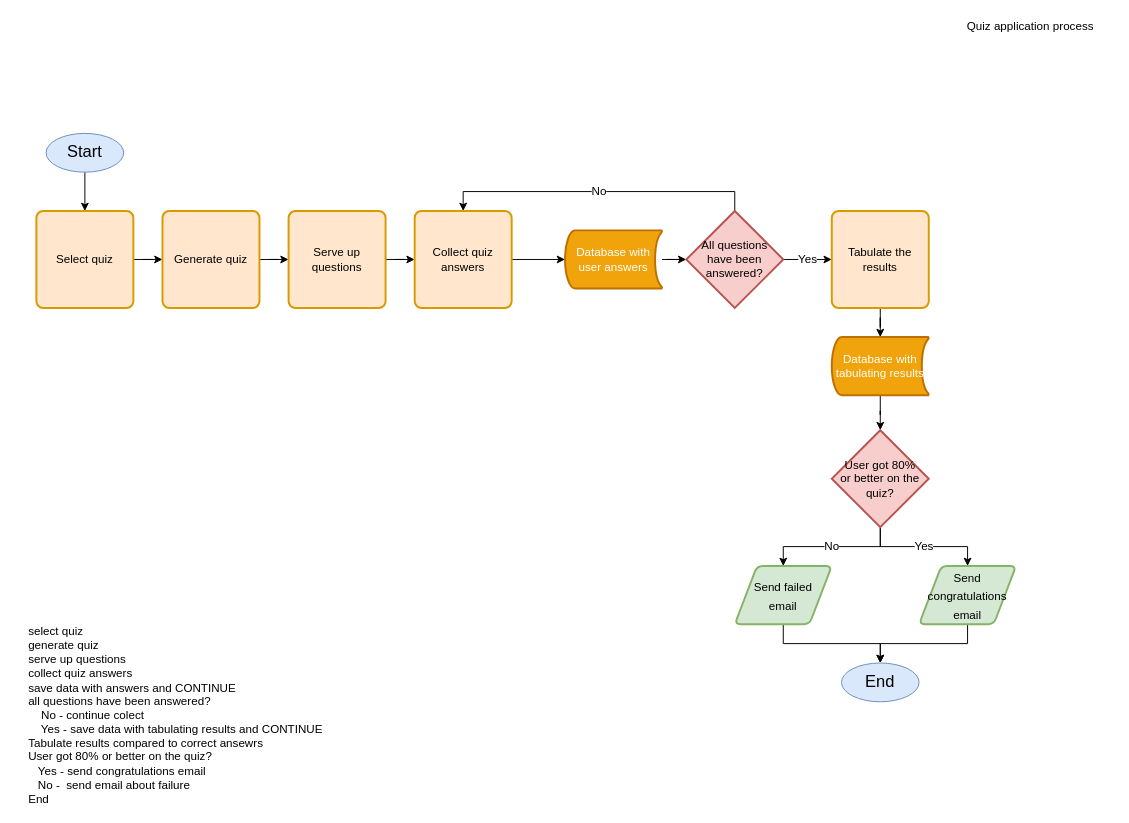
This is page "quiz app assignment" (7 of 8) of Untitled Diagram.drawio from lil971/FirstRepository, a draw.io file, before an edit. Source tidied: cells renumbered, new cells numbered last; positions are measured from the earlier drawing's top-left corner, leaving out a move shared by most shapes. Both pictures are drawn from the tidied source at 97%, with x=0, y=0 at pixel (26, 16).
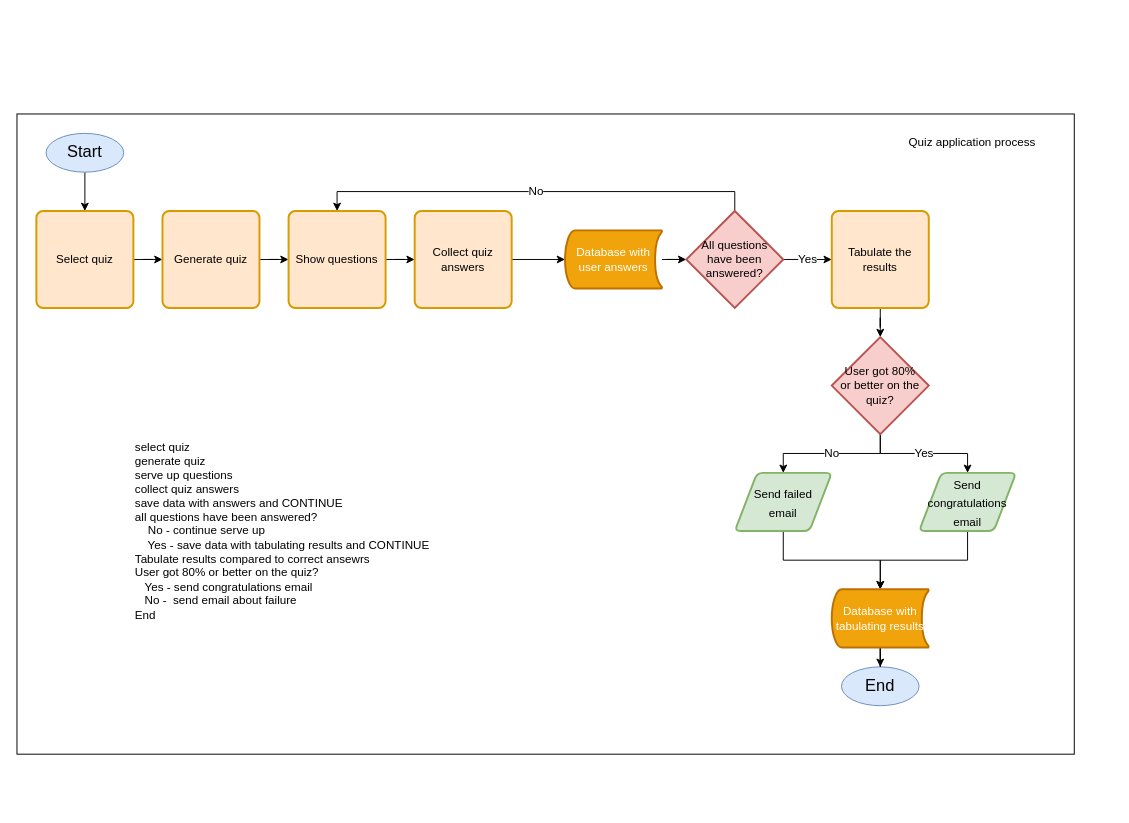
The same page after the edit.

The change refers to these unchanged cells:
```xml
<mxCell id="14" value="&lt;span style=&quot;text-align: left&quot;&gt;Collect quiz answers&lt;/span&gt;" style="rounded=1;whiteSpace=wrap;html=1;absoluteArcSize=1;arcSize=14;strokeWidth=2;fillColor=#ffe6cc;strokeColor=#d79b00;fontSize=12;" parent="1" vertex="1">
  <mxGeometry x="400" y="200" width="100" height="100" as="geometry" />
</mxCell>
<mxCell id="19" value="&lt;span style=&quot;text-align: left&quot;&gt;All questions&lt;br&gt;have been answered?&lt;/span&gt;" style="strokeWidth=2;html=1;shape=mxgraph.flowchart.decision;whiteSpace=wrap;fillColor=#f8cecc;strokeColor=#b85450;fontSize=12;" parent="1" vertex="1">
  <mxGeometry x="680" y="200" width="100" height="100" as="geometry" />
</mxCell>
<mxCell id="21" value="&lt;div style=&quot;&quot;&gt;&lt;span&gt;Tabulate the results&lt;/span&gt;&lt;/div&gt;" style="rounded=1;whiteSpace=wrap;html=1;absoluteArcSize=1;arcSize=14;strokeWidth=2;fillColor=#ffe6cc;strokeColor=#d79b00;fontSize=12;align=center;" parent="1" vertex="1">
  <mxGeometry x="830" y="200" width="100" height="100" as="geometry" />
</mxCell>
```

Diff of the diagram source:
```diff
@@
+    <mxCell id="31" style="rounded=0;whiteSpace=wrap;html=1;fontSize=12;align=center;" parent="1" vertex="1">
+      <mxGeometry x="-10" y="100" width="1090" height="660" as="geometry" />
+    </mxCell>
-    <mxCell id="2" value="select quiz&lt;br&gt;generate quiz&lt;br&gt;serve up questions&lt;br&gt;collect quiz answers&lt;br&gt;save data with answers and CONTINUE&lt;br&gt;all questions have been answered?&lt;br&gt;&amp;nbsp; &amp;nbsp; No - continue colect&lt;br&gt;&amp;nbsp; &amp;nbsp; Yes - save data with tabulating results and CONTINUE&lt;br&gt;Tabulate results compared to correct ansewrs&lt;br&gt;User got 80% or better on the quiz?&lt;br&gt;&amp;nbsp; &amp;nbsp;Yes - send congratulations email&lt;br&gt;&amp;nbsp; &amp;nbsp;No -&amp;nbsp; send email about failure&lt;br&gt;End" style="text;html=1;strokeColor=none;fillColor=none;align=left;verticalAlign=middle;whiteSpace=wrap;rounded=0;fontSize=12;" parent="1" vertex="1">
-      <mxGeometry y="630" width="310" height="180" as="geometry" />
+    <mxCell id="2" value="select quiz&lt;br&gt;generate quiz&lt;br&gt;serve up questions&lt;br&gt;collect quiz answers&lt;br&gt;save data with answers and CONTINUE&lt;br&gt;all questions have been answered?&lt;br&gt;&amp;nbsp; &amp;nbsp; No - continue serve up&lt;br&gt;&amp;nbsp; &amp;nbsp; Yes - save data with tabulating results and CONTINUE&lt;br&gt;Tabulate results compared to correct ansewrs&lt;br&gt;User got 80% or better on the quiz?&lt;br&gt;&amp;nbsp; &amp;nbsp;Yes - send congratulations email&lt;br&gt;&amp;nbsp; &amp;nbsp;No -&amp;nbsp; send email about failure&lt;br&gt;End" style="text;html=1;strokeColor=none;fillColor=none;align=left;verticalAlign=middle;whiteSpace=wrap;rounded=0;fontSize=12;" parent="1" vertex="1">
+      <mxGeometry x="110" y="440" width="310" height="180" as="geometry" />
     </mxCell>
     <mxCell id="3" value="Quiz application process" style="text;html=1;strokeColor=none;fillColor=none;align=center;verticalAlign=middle;whiteSpace=wrap;rounded=0;fontSize=12;" parent="1" vertex="1">
-      <mxGeometry x="950" width="170" height="20" as="geometry" />
+      <mxGeometry x="890" y="120" width="170" height="20" as="geometry" />
     </mxCell>
@@
     <mxCell id="6" value="End" style="ellipse;whiteSpace=wrap;html=1;fontSize=17;fillColor=#dae8fc;strokeColor=#6c8ebf;" parent="1" vertex="1">
-      <mxGeometry x="840" y="666" width="80" height="40" as="geometry" />
+      <mxGeometry x="840" y="670" width="80" height="40" as="geometry" />
     </mxCell>
@@
-    <mxCell id="12" value="Serve up questions" style="rounded=1;whiteSpace=wrap;html=1;absoluteArcSize=1;arcSize=14;strokeWidth=2;fillColor=#ffe6cc;strokeColor=#d79b00;fontSize=12;" parent="1" vertex="1">
+    <mxCell id="12" value="Show questions" style="rounded=1;whiteSpace=wrap;html=1;absoluteArcSize=1;arcSize=14;strokeWidth=2;fillColor=#ffe6cc;strokeColor=#d79b00;fontSize=12;" parent="1" vertex="1">
       <mxGeometry x="270" y="200" width="100" height="100" as="geometry" />
     </mxCell>
@@
-    <mxCell id="17" value="No" style="edgeStyle=orthogonalEdgeStyle;rounded=0;jettySize=auto;html=1;entryX=0.5;entryY=0;entryDx=0;entryDy=0;fontSize=12;exitX=0.5;exitY=0;exitDx=0;exitDy=0;exitPerimeter=0;" parent="1" edge="1" source="19" target="14">
+    <mxCell id="17" value="No" style="edgeStyle=orthogonalEdgeStyle;rounded=0;jettySize=auto;html=1;entryX=0.5;entryY=0;entryDx=0;entryDy=0;fontSize=12;exitX=0.5;exitY=0;exitDx=0;exitDy=0;exitPerimeter=0;" parent="1" edge="1" source="19" target="12">
       <mxGeometry relative="1" as="geometry">
         <Array as="points">
           <mxPoint x="730" y="180" />
-          <mxPoint x="450" y="180" />
+          <mxPoint x="320" y="180" />
         </Array>
       </mxGeometry>
     </mxCell>
@@
-    <mxCell id="20" style="edgeStyle=orthogonalEdgeStyle;rounded=0;jettySize=auto;html=1;fontSize=12;" parent="1" edge="1" source="21" target="23">
+    <mxCell id="20" style="edgeStyle=orthogonalEdgeStyle;rounded=0;jettySize=auto;html=1;fontSize=12;" parent="1" edge="1" source="21" target="26">
       <mxGeometry relative="1" as="geometry" />
     </mxCell>
@@
-    <mxCell id="22" style="edgeStyle=orthogonalEdgeStyle;rounded=0;jettySize=auto;html=1;fontSize=12;" parent="1" edge="1" source="23" target="26">
-      <mxGeometry relative="1" as="geometry" />
-    </mxCell>
-    <mxCell id="23" value="Database with tabulating results" style="strokeWidth=2;html=1;shape=mxgraph.flowchart.stored_data;whiteSpace=wrap;align=center;fillColor=#f0a30a;strokeColor=#BD7000;fontColor=#ffffff;" parent="1" vertex="1">
-      <mxGeometry x="830" y="330" width="100" height="60" as="geometry" />
-    </mxCell>
@@
     <mxCell id="26" value="&lt;span style=&quot;text-align: left&quot;&gt;User got 80% &lt;br&gt;or better on the quiz?&lt;/span&gt;" style="strokeWidth=2;html=1;shape=mxgraph.flowchart.decision;whiteSpace=wrap;fillColor=#f8cecc;strokeColor=#b85450;fontSize=12;align=center;" parent="1" vertex="1">
-      <mxGeometry x="830" y="426" width="100" height="100" as="geometry" />
+      <mxGeometry x="830" y="330" width="100" height="100" as="geometry" />
     </mxCell>
-    <mxCell id="27" style="edgeStyle=orthogonalEdgeStyle;rounded=0;jettySize=auto;html=1;fontSize=12;exitX=0.5;exitY=1;exitDx=0;exitDy=0;" parent="1" edge="1" source="28" target="6">
+    <mxCell id="27" style="edgeStyle=orthogonalEdgeStyle;rounded=0;jettySize=auto;html=1;fontSize=12;exitX=0.5;exitY=1;exitDx=0;exitDy=0;" parent="1" edge="1" source="28" target="23">
       <mxGeometry relative="1" as="geometry" />
     </mxCell>
     <mxCell id="28" value="&lt;span style=&quot;font-size: 12px ; text-align: left&quot;&gt;Send failed &lt;br&gt;email&lt;/span&gt;" style="shape=parallelogram;html=1;strokeWidth=2;perimeter=parallelogramPerimeter;whiteSpace=wrap;rounded=1;arcSize=12;size=0.23;labelBackgroundColor=none;startSize=70;fillColor=#d5e8d4;fontSize=16;strokeColor=#82b366;align=center;" parent="1" vertex="1">
-      <mxGeometry x="730" y="566" width="100" height="60" as="geometry" />
+      <mxGeometry x="730" y="470" width="100" height="60" as="geometry" />
     </mxCell>
-    <mxCell id="29" style="edgeStyle=orthogonalEdgeStyle;rounded=0;jettySize=auto;html=1;entryX=0.5;entryY=0;entryDx=0;entryDy=0;fontSize=12;" parent="1" edge="1" source="30" target="6">
+    <mxCell id="29" style="edgeStyle=orthogonalEdgeStyle;rounded=0;jettySize=auto;html=1;fontSize=12;" parent="1" edge="1" source="30" target="23">
       <mxGeometry relative="1" as="geometry" />
     </mxCell>
     <mxCell id="30" value="&lt;span style=&quot;font-size: 12px ; text-align: left&quot;&gt;Send congratulations email&lt;/span&gt;" style="shape=parallelogram;html=1;strokeWidth=2;perimeter=parallelogramPerimeter;whiteSpace=wrap;rounded=1;arcSize=12;size=0.23;labelBackgroundColor=none;startSize=70;fillColor=#d5e8d4;fontSize=16;strokeColor=#82b366;align=center;" parent="1" vertex="1">
-      <mxGeometry x="920" y="566" width="100" height="60" as="geometry" />
+      <mxGeometry x="920" y="470" width="100" height="60" as="geometry" />
     </mxCell>
+    <mxCell id="32" style="edgeStyle=orthogonalEdgeStyle;rounded=0;jettySize=auto;html=1;fontSize=12;" parent="1" edge="1" source="23" target="6">
+      <mxGeometry relative="1" as="geometry" />
+    </mxCell>
+    <mxCell id="23" value="Database with tabulating results" style="strokeWidth=2;html=1;shape=mxgraph.flowchart.stored_data;whiteSpace=wrap;align=center;fillColor=#f0a30a;strokeColor=#BD7000;fontColor=#ffffff;" parent="1" vertex="1">
+      <mxGeometry x="830" y="590" width="100" height="60" as="geometry" />
+    </mxCell>
```
